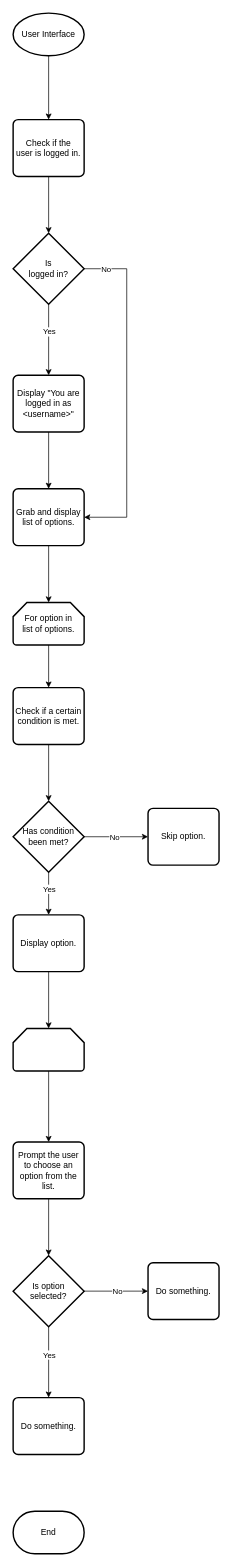
Before: doc/design/user_interface.drawio in gelos-team/gelos-simple-login, a draw.io diagram. Source tidied: cells renumbered, new cells numbered last; positions are measured from the earlier drawing's top-left corner, leaving out a move shared by most shapes. Both pictures are drawn from the tidied source at 71%, with x=0, y=0 at pixel (13, 13).
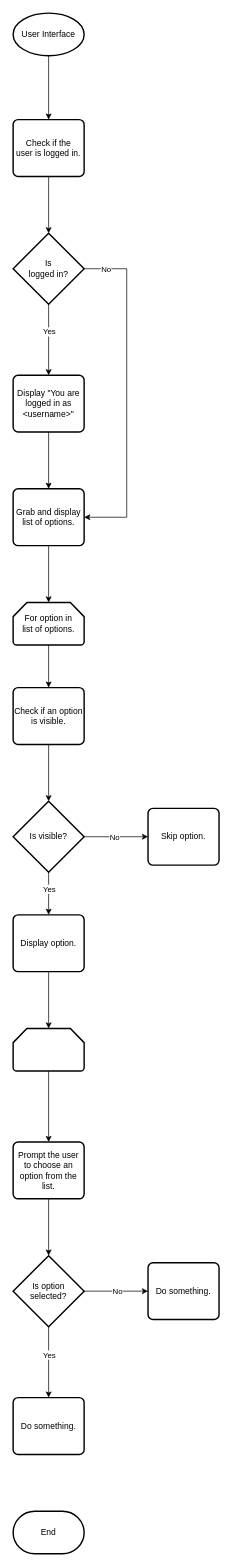
Above is the later version.

Commit message:
Updated user_interface.drawio to remain accurate.

What changed in the source:
```diff
@@
-    <mxCell id="17" value="Check if a certain&lt;div&gt;condition is met.&lt;/div&gt;" style="rounded=1;whiteSpace=wrap;html=1;absoluteArcSize=1;arcSize=14;strokeWidth=2;" parent="1" vertex="1">
+    <mxCell id="17" value="Check if an option is visible." style="rounded=1;whiteSpace=wrap;html=1;absoluteArcSize=1;arcSize=14;strokeWidth=2;" parent="1" vertex="1">
       <mxGeometry y="950" width="100" height="80" as="geometry" />
     </mxCell>
@@
-    <mxCell id="22" value="Has condition&lt;div&gt;been met?&lt;/div&gt;" style="strokeWidth=2;html=1;shape=mxgraph.flowchart.decision;whiteSpace=wrap;" parent="1" vertex="1">
+    <mxCell id="22" value="Is visible?" style="strokeWidth=2;html=1;shape=mxgraph.flowchart.decision;whiteSpace=wrap;" parent="1" vertex="1">
       <mxGeometry y="1110" width="100" height="100" as="geometry" />
     </mxCell>
```
